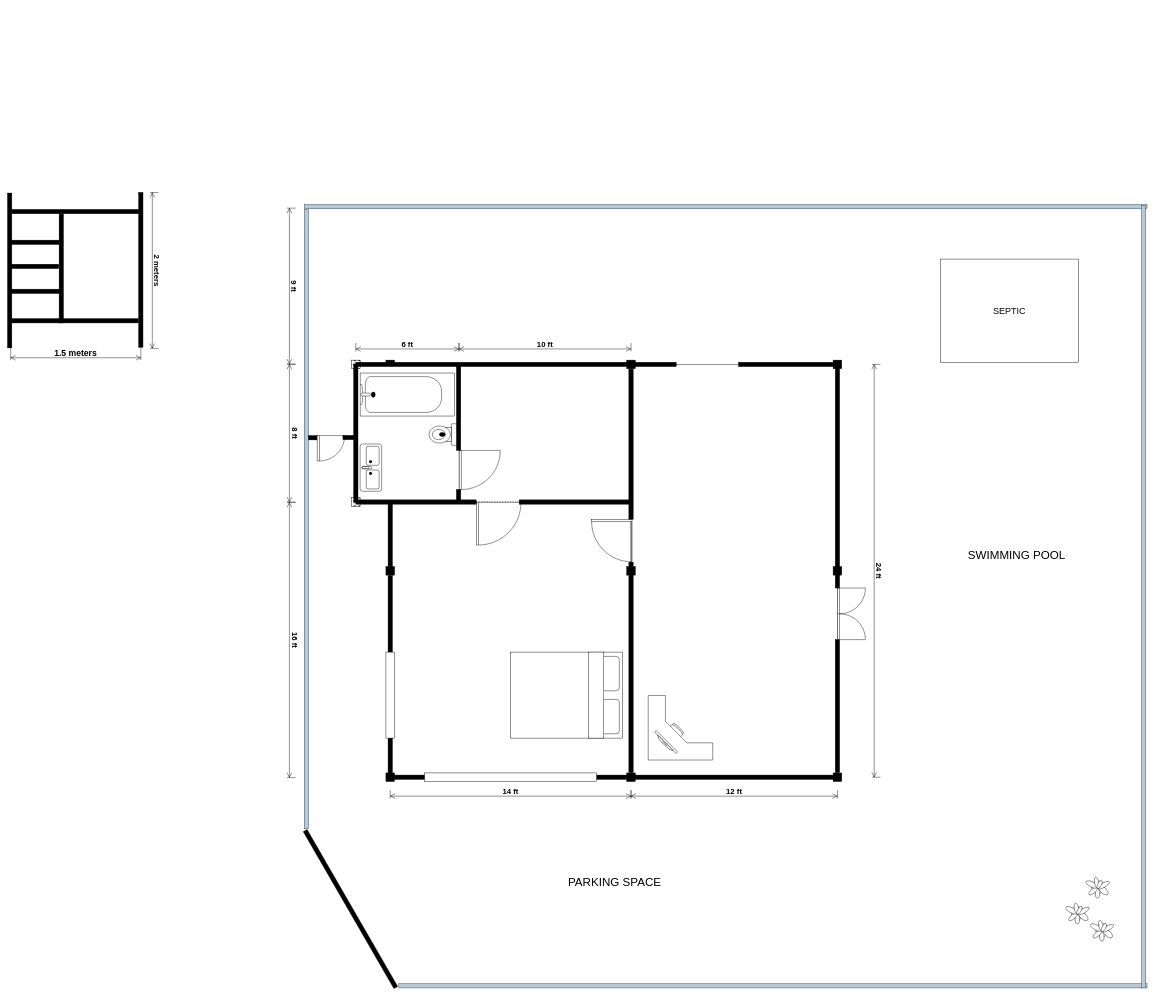
Above: kmcc/House.drawio in genmancoder/systems-diagrams (draw.io), before the change. Source tidied: cells renumbered, new cells numbered last; positions are measured from the earlier drawing's top-left corner, leaving out a move shared by most shapes. Both pictures are drawn from the tidied source at 43%, with x=0, y=0 at pixel (7, 192).
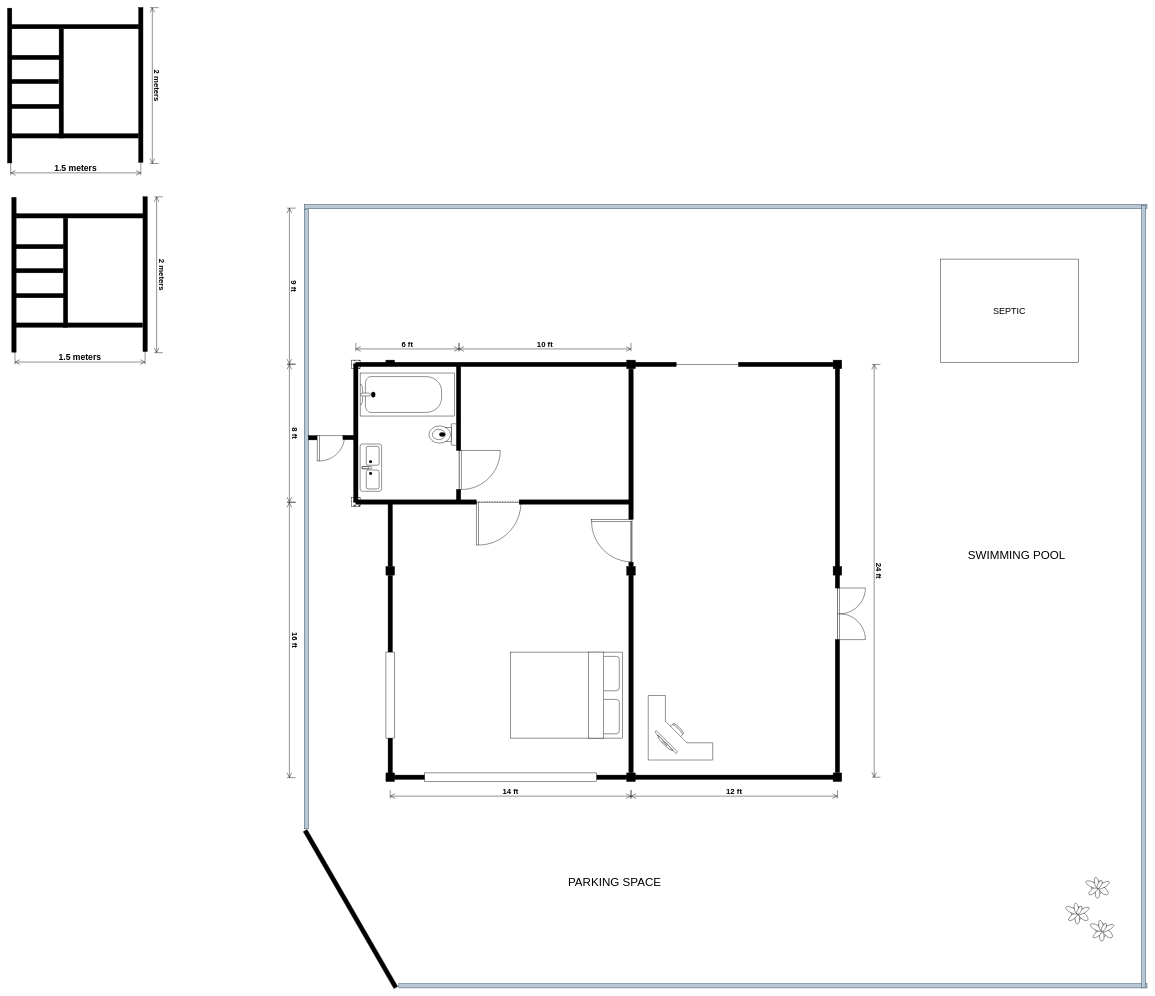
The same diagram, later.

Diff of the diagram source:
```diff
@@
     <mxCell id="75" style="group;" parent="1" vertex="1">
-      <mxGeometry width="351.2" height="390" as="geometry" />
+      <mxGeometry y="-430" width="351.2" height="390" as="geometry" />
     </mxCell>
@@
+    <mxCell id="86" style="group;" parent="1" vertex="1">
+      <mxGeometry x="10" y="10" width="351.2" height="390" as="geometry" />
+    </mxCell>
+    <mxCell id="87" style="verticalLabelPosition=bottom;html=1;verticalAlign=top;align=center;shape=mxgraph.floorplan.wall;fillColor=strokeColor;direction=south;" parent="86" vertex="1">
+      <mxGeometry x="305" width="10" height="360" as="geometry" />
+    </mxCell>
+    <mxCell id="88" style="verticalLabelPosition=bottom;html=1;verticalAlign=top;align=center;shape=mxgraph.floorplan.wall;fillColor=strokeColor;direction=south;" parent="86" vertex="1">
+      <mxGeometry y="1.5" width="10" height="360" as="geometry" />
+    </mxCell>
+    <mxCell id="89" style="verticalLabelPosition=bottom;html=1;verticalAlign=top;align=center;shape=mxgraph.floorplan.wall;fillColor=strokeColor;direction=west;" parent="86" vertex="1">
+      <mxGeometry x="10" y="39.5" width="295" height="10" as="geometry" />
+    </mxCell>
+    <mxCell id="90" style="verticalLabelPosition=bottom;html=1;verticalAlign=top;align=center;shape=mxgraph.floorplan.wall;fillColor=strokeColor;direction=west;" parent="86" vertex="1">
+      <mxGeometry x="9" y="293.5" width="295" height="10" as="geometry" />
+    </mxCell>
+    <mxCell id="91" style="verticalLabelPosition=bottom;html=1;verticalAlign=top;align=center;shape=mxgraph.floorplan.wall;fillColor=strokeColor;direction=north;" parent="86" vertex="1">
+      <mxGeometry x="120" y="50" width="10" height="253.5" as="geometry" />
+    </mxCell>
+    <mxCell id="92" style="verticalLabelPosition=bottom;html=1;verticalAlign=top;align=center;shape=mxgraph.floorplan.wall;fillColor=strokeColor;direction=east;" parent="86" vertex="1">
+      <mxGeometry x="8.3" y="111" width="111.7" height="10" as="geometry" />
+    </mxCell>
+    <mxCell id="93" style="verticalLabelPosition=bottom;html=1;verticalAlign=top;align=center;shape=mxgraph.floorplan.wall;fillColor=strokeColor;direction=east;" parent="86" vertex="1">
+      <mxGeometry x="7.3" y="167" width="111.7" height="10" as="geometry" />
+    </mxCell>
+    <mxCell id="94" style="verticalLabelPosition=bottom;html=1;verticalAlign=top;align=center;shape=mxgraph.floorplan.wall;fillColor=strokeColor;direction=east;" parent="86" vertex="1">
+      <mxGeometry x="9.3" y="225" width="111.7" height="10" as="geometry" />
+    </mxCell>
+    <mxCell id="95" value="1.5 meters" style="shape=dimension;whiteSpace=wrap;html=1;align=center;verticalAlign=bottom;spacingBottom=3;labelBackgroundColor=none;fontStyle=1;fontSize=20;" parent="86" vertex="1">
+      <mxGeometry x="7.3" y="350" width="302.7" height="40" as="geometry" />
+    </mxCell>
+    <mxCell id="96" value="2 meters" style="shape=dimension;whiteSpace=wrap;html=1;align=center;verticalAlign=bottom;spacingBottom=3;labelBackgroundColor=none;rotation=90;direction=east;flipH=0;flipV=0;fontSize=18;fontStyle=1;" parent="86" vertex="1">
+      <mxGeometry x="160" y="171.5" width="362.5" height="20" as="geometry" />
+    </mxCell>
```
